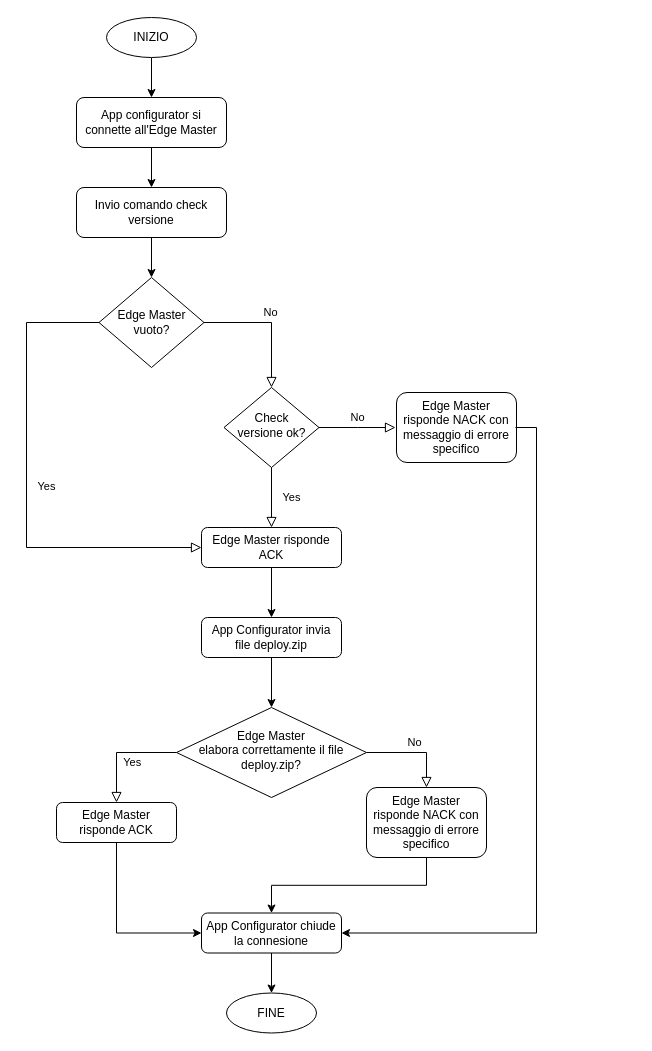
maius91/maius91 keeps this draw.io diagram as page "Page-2" (2 of 2) of Deploy semplice.drawio. Above is the earlier version. Source tidied: cells renumbered, new cells numbered last; positions are measured from the earlier drawing's top-left corner, leaving out a move shared by most shapes. Both pictures are drawn from the tidied source at 100%, with x=0, y=0 at pixel (26, 17).
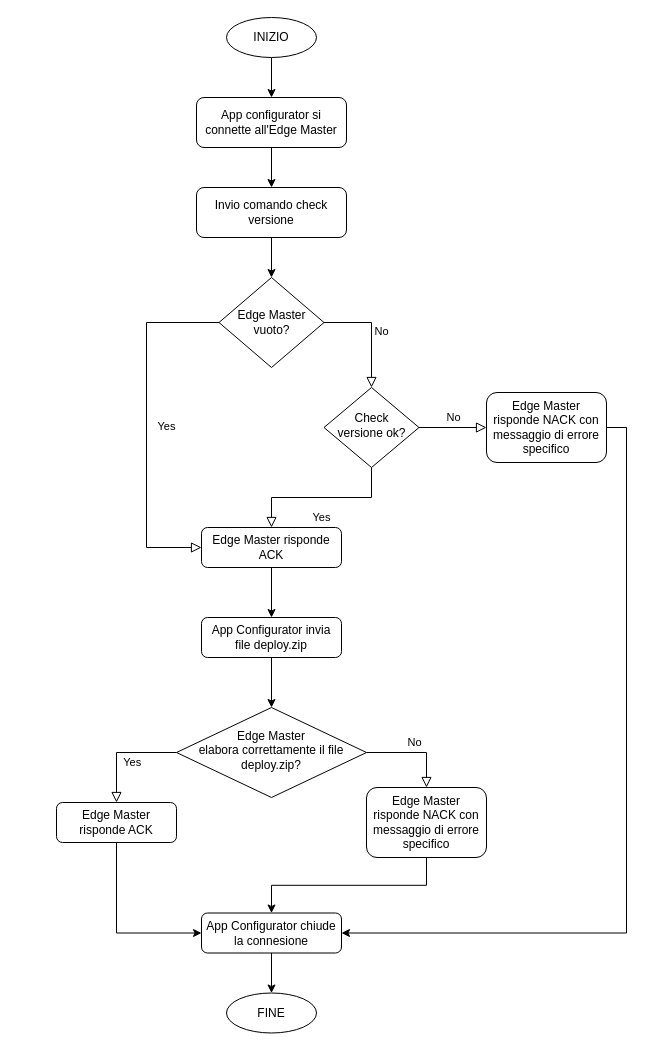
After the change.

The change refers to these unchanged cells:
```xml
<mxCell id="25" value="Edge Master risponde ACK" style="rounded=1;whiteSpace=wrap;html=1;fontSize=12;glass=0;strokeWidth=1;shadow=0;" parent="1" vertex="1">
  <mxGeometry x="175" y="510" width="140" height="40" as="geometry" />
</mxCell>
```

Diff of the diagram source:
```diff
@@
     <mxCell id="3" value="App configurator si connette all'Edge Master" style="rounded=1;whiteSpace=wrap;html=1;fontSize=12;glass=0;strokeWidth=1;shadow=0;" parent="1" vertex="1">
-      <mxGeometry x="50" y="80" width="150" height="50" as="geometry" />
+      <mxGeometry x="170" y="80" width="150" height="50" as="geometry" />
     </mxCell>
@@
     <mxCell id="16" value="INIZIO" style="ellipse;whiteSpace=wrap;html=1;" parent="1" vertex="1">
-      <mxGeometry x="80" width="90" height="40" as="geometry" />
+      <mxGeometry x="200" width="90" height="40" as="geometry" />
     </mxCell>
@@
-    <mxCell id="18" value="No" style="edgeStyle=orthogonalEdgeStyle;rounded=0;jettySize=auto;fontSize=11;endArrow=block;endFill=0;endSize=8;strokeWidth=1;shadow=0;labelBackgroundColor=none;html=1;" parent="1" edge="1" source="19">
-      <mxGeometry y="10" relative="1" as="geometry">
-        <mxPoint x="369" y="410" as="targetPoint" />
-      </mxGeometry>
+    <mxCell id="18" value="No" style="edgeStyle=orthogonalEdgeStyle;rounded=0;jettySize=auto;fontSize=11;endArrow=block;endFill=0;endSize=8;strokeWidth=1;shadow=0;labelBackgroundColor=none;html=1;entryX=0;entryY=0.5;entryDx=0;entryDy=0;" parent="1" edge="1" source="19" target="26">
+      <mxGeometry y="10" relative="1" as="geometry" />
     </mxCell>
     <mxCell id="19" value="Check &lt;br&gt;versione ok?" style="rhombus;whiteSpace=wrap;html=1;shadow=0;fontFamily=Helvetica;fontSize=12;align=center;strokeWidth=1;spacing=6;spacingTop=-4;" parent="1" vertex="1">
-      <mxGeometry x="197.5" y="370" width="95" height="80" as="geometry" />
+      <mxGeometry x="297.5" y="370" width="95" height="80" as="geometry" />
     </mxCell>
@@
     <mxCell id="22" value="Invio comando check versione" style="rounded=1;whiteSpace=wrap;html=1;fontSize=12;glass=0;strokeWidth=1;shadow=0;" parent="1" vertex="1">
-      <mxGeometry x="50" y="170" width="150" height="50" as="geometry" />
+      <mxGeometry x="170" y="170" width="150" height="50" as="geometry" />
     </mxCell>
@@
     <mxCell id="26" value="Edge Master &lt;br&gt;risponde NACK con messaggio di errore specifico" style="rounded=1;whiteSpace=wrap;html=1;fontSize=12;glass=0;strokeWidth=1;shadow=0;" parent="1" vertex="1">
-      <mxGeometry x="370" y="375" width="120" height="70" as="geometry" />
+      <mxGeometry x="460" y="375" width="120" height="70" as="geometry" />
     </mxCell>
-    <mxCell id="27" style="edgeStyle=orthogonalEdgeStyle;rounded=0;jettySize=auto;html=1;exitX=1;exitY=0.5;exitDx=0;exitDy=0;entryX=1;entryY=0.5;entryDx=0;entryDy=0;endArrow=none;" parent="1" edge="1" target="26">
+    <mxCell id="27" style="edgeStyle=orthogonalEdgeStyle;rounded=0;jettySize=auto;html=1;entryX=1;entryY=0.5;entryDx=0;entryDy=0;endArrow=none;" parent="1" edge="1" target="26">
       <mxGeometry relative="1" as="geometry">
-        <mxPoint x="489" y="410" as="sourcePoint" />
+        <mxPoint x="600" y="410" as="sourcePoint" />
       </mxGeometry>
     </mxCell>
     <mxCell id="28" value="Edge Master&lt;br&gt;vuoto?" style="rhombus;whiteSpace=wrap;html=1;" parent="1" vertex="1">
-      <mxGeometry x="72.5" y="260" width="105" height="90" as="geometry" />
+      <mxGeometry x="192.5" y="260" width="105" height="90" as="geometry" />
     </mxCell>
     <mxCell id="29" value="Yes" style="rounded=0;html=1;jettySize=auto;fontSize=11;endArrow=block;endFill=0;endSize=8;strokeWidth=1;shadow=0;labelBackgroundColor=none;edgeStyle=orthogonalEdgeStyle;exitX=0;exitY=0.5;exitDx=0;exitDy=0;entryX=0;entryY=0.5;entryDx=0;entryDy=0;" parent="1" edge="1" source="28" target="25">
       <mxGeometry y="20" relative="1" as="geometry">
         <Array as="points">
-          <mxPoint y="305" />
-          <mxPoint y="530" />
+          <mxPoint x="120" y="305" />
+          <mxPoint x="120" y="530" />
         </Array>
       </mxGeometry>
     </mxCell>
```
